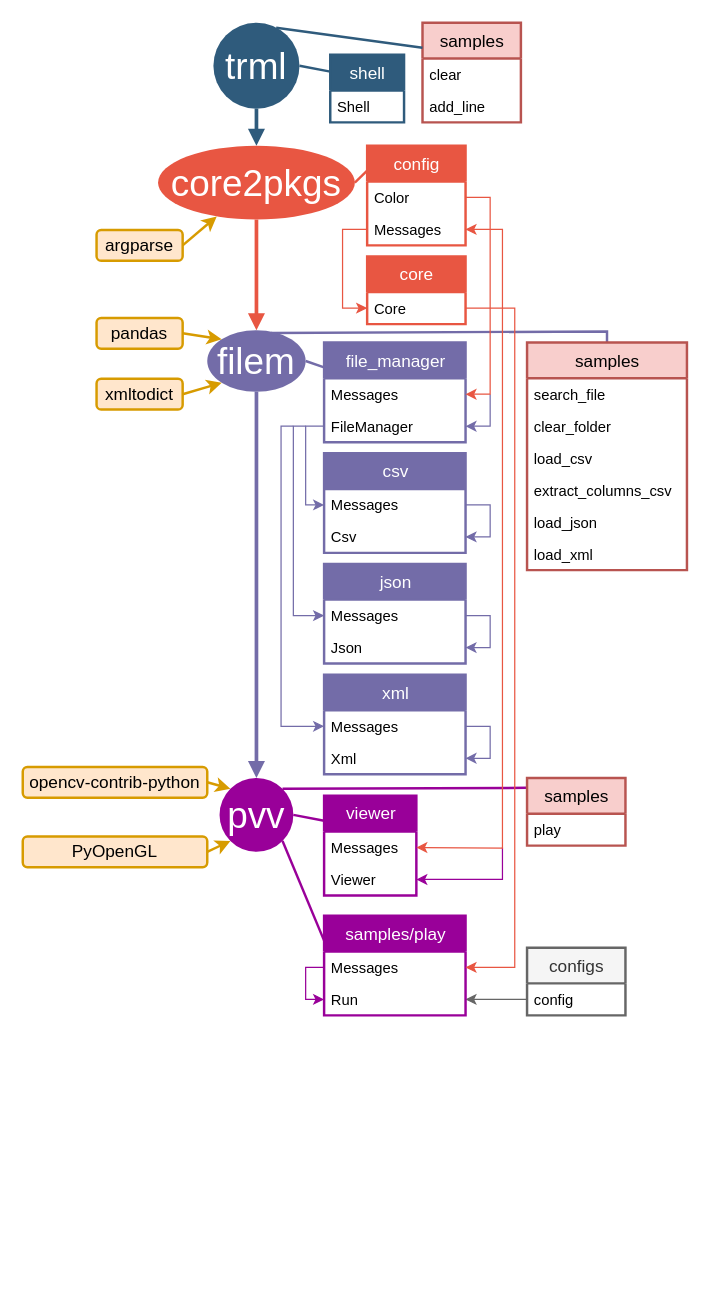
Earlier version of the draw.io diagram Package_tree.drawio (DmitryRyumin/pkgs). Source tidied: cells renumbered, new cells numbered last; positions are measured from the earlier drawing's top-left corner, leaving out a move shared by most shapes. Both pictures are drawn from the tidied source at 123%, with x=0, y=0 at pixel (22, 22).
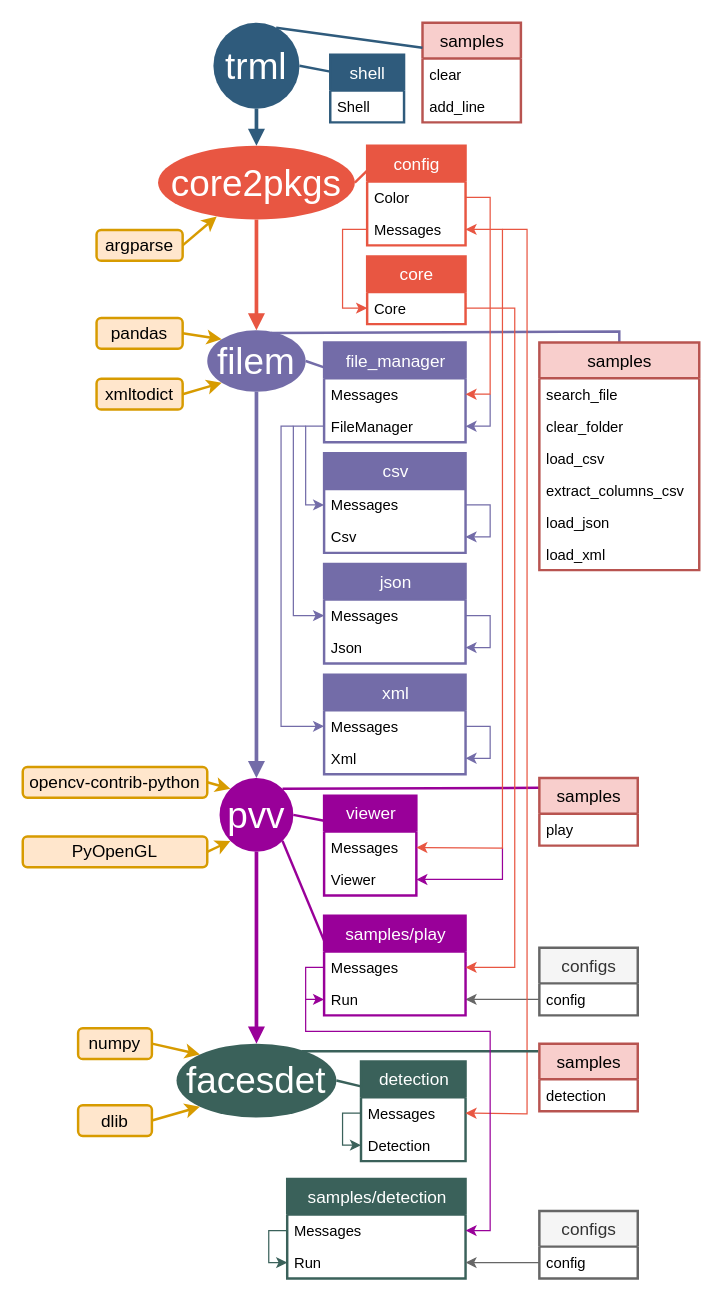
Above is the later version.

Unchanged cells that the change refers to:
```xml
<mxCell id="23" value="filem" style="ellipse;whiteSpace=wrap;html=1;shadow=0;fontFamily=Helvetica;fontSize=30;fontColor=#FFFFFF;align=center;strokeColor=none;strokeWidth=6;fillColor=#736CA8;fontStyle=0;gradientColor=none;" parent="1" vertex="1">
  <mxGeometry x="150" y="250" width="80" height="50" as="geometry" />
</mxCell>
<mxCell id="58" value="pvv" style="ellipse;whiteSpace=wrap;html=1;shadow=0;fontFamily=Helvetica;fontSize=30;fontColor=#FFFFFF;align=center;strokeColor=none;strokeWidth=6;fillColor=#990099;fontStyle=0;gradientColor=none;" parent="1" vertex="1">
  <mxGeometry x="160" y="614" width="60" height="60" as="geometry" />
</mxCell>
```

Diff of the diagram source:
```diff
@@
     <mxCell id="3" style="edgeStyle=none;endArrow=none;strokeWidth=2;strokeColor=#736CA8;html=1;entryX=0.5;entryY=0;entryDx=0;entryDy=0;rounded=0;exitX=0.647;exitY=0.043;exitDx=0;exitDy=0;exitPerimeter=0;" parent="1" edge="1" source="23" target="48">
       <mxGeometry x="-624.5" y="-85" as="geometry">
         <Array as="points">
-          <mxPoint x="475" y="251" />
+          <mxPoint x="485" y="251" />
         </Array>
       </mxGeometry>
     </mxCell>
@@
     <mxCell id="48" value="samples" style="swimlane;fontStyle=0;horizontal=1;startSize=29;fillColor=#f8cecc;swimlaneFillColor=#ffffff;align=center;fontSize=14;rounded=0;shadow=0;strokeWidth=2;spacing=2;spacingTop=0;strokeColor=#B85450;swimlaneLine=1;html=1;overflow=visible;" parent="1" vertex="1">
-      <mxGeometry x="410" y="260" width="130" height="185" as="geometry" />
+      <mxGeometry x="420" y="260" width="130" height="185" as="geometry" />
     </mxCell>
@@
     <mxCell id="70" value="samples" style="swimlane;fontStyle=0;horizontal=1;startSize=29;fillColor=#f8cecc;swimlaneFillColor=#ffffff;align=center;fontSize=14;rounded=0;shadow=0;strokeWidth=2;spacing=2;spacingTop=0;strokeColor=#B85450;swimlaneLine=1;html=1;overflow=visible;" parent="1" vertex="1">
-      <mxGeometry x="410" y="614" width="80" height="55" as="geometry" />
+      <mxGeometry x="420" y="614" width="80" height="55" as="geometry" />
     </mxCell>
@@
     <mxCell id="72" value="configs" style="swimlane;fontStyle=0;horizontal=1;startSize=29;fillColor=#f5f5f5;swimlaneFillColor=#ffffff;align=center;fontSize=14;rounded=0;shadow=0;strokeWidth=2;spacing=2;spacingTop=0;strokeColor=#666666;swimlaneLine=1;html=1;overflow=visible;fontColor=#333333;" parent="1" vertex="1">
-      <mxGeometry x="410" y="752" width="80" height="55" as="geometry" />
+      <mxGeometry x="420" y="752" width="80" height="55" as="geometry" />
     </mxCell>
@@
+    <mxCell id="81" value="facesdet" style="ellipse;whiteSpace=wrap;html=1;shadow=0;fontFamily=Helvetica;fontSize=30;fontColor=#FFFFFF;align=center;strokeColor=none;strokeWidth=6;fillColor=#3A615A;fontStyle=0;gradientColor=none;" parent="1" vertex="1">
+      <mxGeometry x="125" y="830" width="130" height="60" as="geometry" />
+    </mxCell>
+    <mxCell id="82" style="rounded=1;jettySize=auto;html=1;startSize=30;endArrow=classic;endFill=1;strokeColor=#D79B00;strokeWidth=2;fontSize=30;fontColor=#000000;exitX=1;exitY=0.5;exitDx=0;exitDy=0;entryX=0;entryY=0;entryDx=0;entryDy=0;" parent="1" edge="1" source="83" target="81">
+      <mxGeometry relative="1" as="geometry" />
+    </mxCell>
+    <mxCell id="83" value="numpy" style="rounded=1;whiteSpace=wrap;html=1;shadow=0;glass=0;comic=0;strokeColor=#d79b00;strokeWidth=2;fillColor=#ffe6cc;fontSize=14;align=center;" parent="1" vertex="1">
+      <mxGeometry x="45" y="817.5" width="60" height="25" as="geometry" />
+    </mxCell>
+    <mxCell id="84" style="rounded=1;jettySize=auto;html=1;startSize=30;endArrow=classic;endFill=1;strokeColor=#D79B00;strokeWidth=2;fontSize=30;fontColor=#000000;exitX=1;exitY=0.5;exitDx=0;exitDy=0;entryX=0;entryY=1;entryDx=0;entryDy=0;" parent="1" edge="1" source="85" target="81">
+      <mxGeometry relative="1" as="geometry" />
+    </mxCell>
+    <mxCell id="85" value="dlib" style="rounded=1;whiteSpace=wrap;html=1;shadow=0;glass=0;comic=0;strokeColor=#d79b00;strokeWidth=2;fillColor=#ffe6cc;fontSize=14;align=center;" parent="1" vertex="1">
+      <mxGeometry x="45" y="880" width="60" height="25" as="geometry" />
+    </mxCell>
+    <mxCell id="86" style="edgeStyle=orthogonalEdgeStyle;rounded=0;jettySize=auto;html=1;startSize=30;strokeColor=#990099;strokeWidth=3;fontSize=30;fontColor=#000000;endArrow=block;endFill=1;exitX=0.5;exitY=1;exitDx=0;exitDy=0;entryX=0.5;entryY=0;entryDx=0;entryDy=0;" parent="1" edge="1" source="58" target="81">
+      <mxGeometry relative="1" as="geometry">
+        <Array as="points">
+          <mxPoint x="190" y="820" />
+          <mxPoint x="190" y="820" />
+        </Array>
+      </mxGeometry>
+    </mxCell>
+    <mxCell id="87" value="detection" style="swimlane;fontStyle=0;horizontal=1;startSize=29;fillColor=#3A615A;swimlaneFillColor=#ffffff;align=center;fontSize=14;rounded=0;shadow=0;strokeWidth=2;fontColor=#FFFFFF;spacing=2;spacingTop=0;strokeColor=#3A615A;swimlaneLine=1;html=1;overflow=visible;" parent="1" vertex="1">
+      <mxGeometry x="275" y="844.5" width="85" height="81" as="geometry" />
+    </mxCell>
+    <mxCell id="88" value="Messages" style="text;spacingLeft=4;spacingRight=4;overflow=hidden;points=[[0,0.5],[1,0.5]];portConstraint=eastwest;fontSize=12;perimeterSpacing=0;" parent="87" vertex="1">
+      <mxGeometry y="29" width="85" height="26" as="geometry" />
+    </mxCell>
+    <mxCell id="89" value="Detection" style="text;spacingLeft=4;spacingRight=4;overflow=hidden;points=[[0,0.5],[1,0.5]];portConstraint=eastwest;fontSize=12;perimeterSpacing=0;" parent="87" vertex="1">
+      <mxGeometry y="55" width="85" height="26" as="geometry" />
+    </mxCell>
+    <mxCell id="90" style="edgeStyle=none;endArrow=classic;strokeWidth=1;strokeColor=#3A615A;html=1;rounded=0;endFill=1;exitX=0;exitY=0.5;exitDx=0;exitDy=0;entryX=0;entryY=0.5;entryDx=0;entryDy=0;" parent="87" edge="1" source="88" target="89">
+      <mxGeometry x="-7094.5" y="-2531" as="geometry">
+        <Array as="points">
+          <mxPoint x="-15" y="42" />
+          <mxPoint x="-15" y="68" />
+        </Array>
+      </mxGeometry>
+    </mxCell>
+    <mxCell id="91" style="edgeStyle=none;endArrow=none;strokeWidth=2;strokeColor=#3A615A;html=1;entryX=1;entryY=0.5;entryDx=0;entryDy=0;exitX=0;exitY=0.25;exitDx=0;exitDy=0;rounded=1;" parent="1" edge="1" source="87" target="81">
+      <mxGeometry x="-579.5" y="19" as="geometry" />
+    </mxCell>
+    <mxCell id="92" style="edgeStyle=none;endArrow=classic;strokeWidth=1;strokeColor=#E85642;html=1;rounded=0;endFill=1;entryX=1;entryY=0.5;entryDx=0;entryDy=0;" parent="1" edge="1" target="88">
+      <mxGeometry x="-3189.5" y="-335" as="geometry">
+        <mxPoint x="390" y="168" as="sourcePoint" />
+        <Array as="points">
+          <mxPoint x="410" y="168" />
+          <mxPoint x="410" y="887" />
+        </Array>
+      </mxGeometry>
+    </mxCell>
+    <mxCell id="93" value="samples" style="swimlane;fontStyle=0;horizontal=1;startSize=29;fillColor=#f8cecc;swimlaneFillColor=#ffffff;align=center;fontSize=14;rounded=0;shadow=0;strokeWidth=2;spacing=2;spacingTop=0;strokeColor=#B85450;swimlaneLine=1;html=1;overflow=visible;" parent="1" vertex="1">
+      <mxGeometry x="420" y="830" width="80" height="55" as="geometry" />
+    </mxCell>
+    <mxCell id="94" value="detection" style="text;spacingLeft=4;spacingRight=4;overflow=hidden;fontSize=12;perimeterSpacing=0;" parent="93" vertex="1">
+      <mxGeometry y="29" width="80" height="26" as="geometry" />
+    </mxCell>
+    <mxCell id="95" style="edgeStyle=none;endArrow=none;strokeWidth=2;strokeColor=#3A615A;html=1;entryX=0.781;entryY=0.102;entryDx=0;entryDy=0;exitX=-0.012;exitY=0.111;exitDx=0;exitDy=0;rounded=1;exitPerimeter=0;entryPerimeter=0;" parent="1" edge="1" source="93" target="81">
+      <mxGeometry x="-569.5" y="29" as="geometry" />
+    </mxCell>
+    <mxCell id="96" value="samples/detection" style="swimlane;fontStyle=0;horizontal=1;startSize=29;fillColor=#3A615A;swimlaneFillColor=#ffffff;align=center;fontSize=14;rounded=0;shadow=0;strokeWidth=2;fontColor=#FFFFFF;spacing=2;spacingTop=0;strokeColor=#3A615A;swimlaneLine=1;html=1;overflow=visible;" parent="1" vertex="1">
+      <mxGeometry x="215" y="940" width="145" height="81" as="geometry" />
+    </mxCell>
+    <mxCell id="97" value="Messages" style="text;spacingLeft=4;spacingRight=4;overflow=hidden;points=[[0,0.5],[1,0.5]];portConstraint=eastwest;fontSize=12;perimeterSpacing=0;" parent="96" vertex="1">
+      <mxGeometry y="29" width="145" height="26" as="geometry" />
+    </mxCell>
+    <mxCell id="98" value="Run" style="text;spacingLeft=4;spacingRight=4;overflow=hidden;points=[[0,0.5],[1,0.5]];portConstraint=eastwest;fontSize=12;perimeterSpacing=0;" parent="96" vertex="1">
+      <mxGeometry y="55" width="145" height="26" as="geometry" />
+    </mxCell>
+    <mxCell id="99" style="edgeStyle=none;endArrow=classic;strokeWidth=1;strokeColor=#3A615A;html=1;rounded=0;endFill=1;exitX=0;exitY=0.5;exitDx=0;exitDy=0;entryX=0;entryY=0.5;entryDx=0;entryDy=0;" parent="96" edge="1" source="97" target="98">
+      <mxGeometry x="-7094.5" y="-2531" as="geometry">
+        <Array as="points">
+          <mxPoint x="-15" y="42" />
+          <mxPoint x="-15" y="68" />
+        </Array>
+      </mxGeometry>
+    </mxCell>
+    <mxCell id="100" value="configs" style="swimlane;fontStyle=0;horizontal=1;startSize=29;fillColor=#f5f5f5;swimlaneFillColor=#ffffff;align=center;fontSize=14;rounded=0;shadow=0;strokeWidth=2;spacing=2;spacingTop=0;strokeColor=#666666;swimlaneLine=1;html=1;overflow=visible;fontColor=#333333;" parent="1" vertex="1">
+      <mxGeometry x="420" y="966" width="80" height="55" as="geometry" />
+    </mxCell>
+    <mxCell id="101" value="config" style="text;spacingLeft=4;spacingRight=4;overflow=hidden;points=[[0,0.5],[1,0.5]];portConstraint=eastwest;fontSize=12;perimeterSpacing=0;" parent="100" vertex="1">
+      <mxGeometry y="29" width="80" height="26" as="geometry" />
+    </mxCell>
+    <mxCell id="102" style="edgeStyle=none;endArrow=classic;strokeWidth=1;strokeColor=#666666;html=1;rounded=0;endFill=1;exitX=0;exitY=0.5;exitDx=0;exitDy=0;entryX=1;entryY=0.5;entryDx=0;entryDy=0;" parent="1" edge="1" source="101" target="98">
+      <mxGeometry x="-4414.5" y="-757" as="geometry" />
+    </mxCell>
+    <mxCell id="103" style="edgeStyle=none;endArrow=classic;strokeWidth=1;strokeColor=#990099;html=1;entryX=1;entryY=0.5;entryDx=0;entryDy=0;rounded=0;endFill=1;" parent="1" edge="1" target="97">
+      <mxGeometry x="-4494.5" y="-975" as="geometry">
+        <mxPoint x="230" y="794" as="sourcePoint" />
+        <Array as="points">
+          <mxPoint x="230" y="820" />
+          <mxPoint x="380" y="820" />
+          <mxPoint x="380" y="982" />
+        </Array>
+      </mxGeometry>
+    </mxCell>
```
